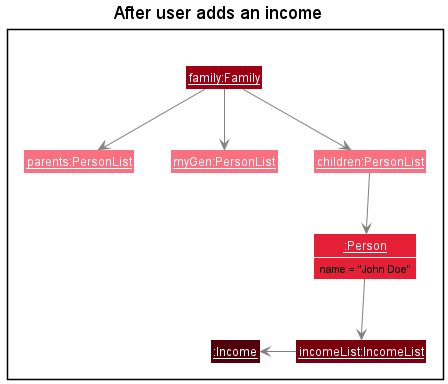
This is docs/images/PersonStep3_2.png from nus-cs2113-AY2122S2/tp, a PlantUML export, as it was before one commit. Its diagram source:
```plantuml
@startuml
!include style.puml
show members
hide empty members

title After user adds an income

package " " {
    class family as "__family:Family__" MODEL_COLOR
    class parents as "__parents:PersonList__" MODEL_COLOR_T1
    class myGen as "__myGen:PersonList__" MODEL_COLOR_T1
    class children as "__children:PersonList__" MODEL_COLOR_T1
    class incomeList as "__incomeList:IncomeList__" MODEL_COLOR_T3
    class income as "__:Income__" MODEL_COLOR_T4
    class john as "__:Person__" MODEL_COLOR_T2 {
        name = "John Doe"
    }
}

family -down[#grey]-> parents
family -down[#grey]-> myGen
family -down[#grey]-> children
children -down[#grey]-> john
john -down[#grey]-> incomeList
incomeList -left[#grey]-> income

@enduml
```
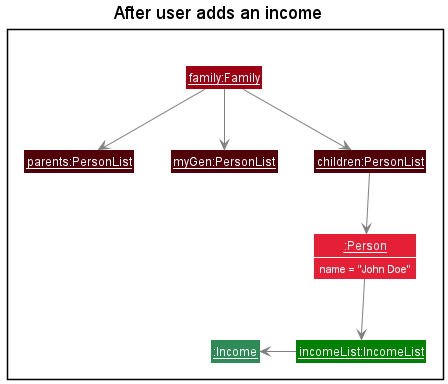
The same diagram one commit later.

Change to the diagram source:
```diff
@@ -3,17 +3,19 @@
 show members
 hide empty members
 
+skinparam textColor #white
+
 title After user adds an income
 
 package " " {
     class family as "__family:Family__" MODEL_COLOR
-    class parents as "__parents:PersonList__" MODEL_COLOR_T1
-    class myGen as "__myGen:PersonList__" MODEL_COLOR_T1
-    class children as "__children:PersonList__" MODEL_COLOR_T1
-    class incomeList as "__incomeList:IncomeList__" MODEL_COLOR_T3
-    class income as "__:Income__" MODEL_COLOR_T4
+    class parents as "__parents:PersonList__" MODEL_COLOR_T3
+    class myGen as "__myGen:PersonList__" MODEL_COLOR_T3
+    class children as "__children:PersonList__" MODEL_COLOR_T3
+    class incomeList as "__incomeList:IncomeList__" MONEY_COLOR
+    class income as "__:Income__" MONEY_COLOR_T1
     class john as "__:Person__" MODEL_COLOR_T2 {
-        name = "John Doe"
+        <color: white>name = "John Doe"
     }
 }
 
```
